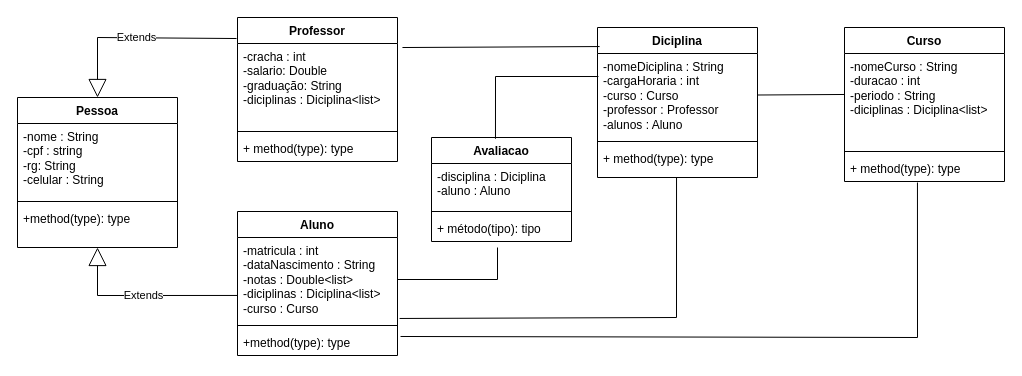
Above: Trabalho Final/Diagrama.drawio in brendoncode/TrabalhoFinalPOO (draw.io), before the change. Source tidied: cells renumbered, new cells numbered last; positions are measured from the earlier drawing's top-left corner, leaving out a move shared by most shapes. Both pictures are drawn from the tidied source at 100%, with x=0, y=0 at pixel (17, 17).
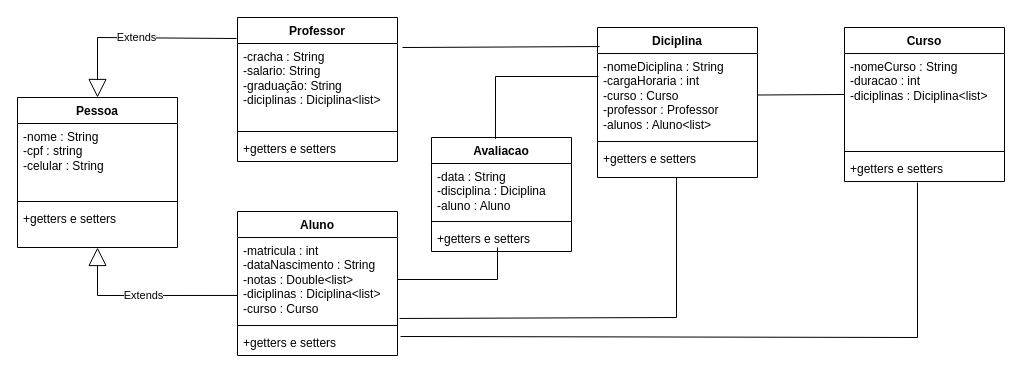
After the change.

The change refers to these unchanged cells:
```xml
<mxCell id="2" value="Professor" style="swimlane;fontStyle=1;align=center;verticalAlign=top;horizontal=1;startSize=26;whiteSpace=wrap;html=1;" parent="1" vertex="1">
  <mxGeometry x="220" width="160" height="144" as="geometry" />
</mxCell>
<mxCell id="6" value="Curso" style="swimlane;fontStyle=1;align=center;verticalAlign=top;horizontal=1;startSize=26;whiteSpace=wrap;html=1;" parent="1" vertex="1">
  <mxGeometry x="827" y="10" width="160" height="154" as="geometry" />
</mxCell>
<mxCell id="10" value="Diciplina" style="swimlane;fontStyle=1;align=center;verticalAlign=top;horizontal=1;startSize=26;whiteSpace=wrap;html=1;" parent="1" vertex="1">
  <mxGeometry x="580" y="10" width="160" height="150" as="geometry" />
</mxCell>
<mxCell id="14" value="Pessoa" style="swimlane;fontStyle=1;align=center;verticalAlign=top;horizontal=1;startSize=26;whiteSpace=wrap;html=1;" parent="1" vertex="1">
  <mxGeometry y="80" width="160" height="150" as="geometry" />
</mxCell>
<mxCell id="19" value="Aluno&lt;br&gt;" style="swimlane;fontStyle=1;align=center;verticalAlign=top;horizontal=1;startSize=26;whiteSpace=wrap;html=1;" parent="1" vertex="1">
  <mxGeometry x="220" y="194" width="160" height="144" as="geometry" />
</mxCell>
```

Diff of the diagram source:
```diff
@@
-    <mxCell id="3" value="-cracha : int&lt;br&gt;-salario: Double&lt;br&gt;-graduação: String&lt;br&gt;-diciplinas : Diciplina&amp;lt;list&amp;gt;" style="text;strokeColor=none;fillColor=none;align=left;verticalAlign=top;spacingLeft=4;spacingRight=4;overflow=hidden;points=[[0,0.5],[1,0.5]];portConstraint=eastwest;whiteSpace=wrap;html=1;" parent="2" vertex="1">
+    <mxCell id="3" value="-cracha : String&lt;br&gt;-salario: String&lt;br&gt;-graduação: String&lt;br&gt;-diciplinas : Diciplina&amp;lt;list&amp;gt;" style="text;strokeColor=none;fillColor=none;align=left;verticalAlign=top;spacingLeft=4;spacingRight=4;overflow=hidden;points=[[0,0.5],[1,0.5]];portConstraint=eastwest;whiteSpace=wrap;html=1;" parent="2" vertex="1">
       <mxGeometry y="26" width="160" height="84" as="geometry" />
     </mxCell>
@@
-    <mxCell id="5" value="+ method(type): type" style="text;strokeColor=none;fillColor=none;align=left;verticalAlign=top;spacingLeft=4;spacingRight=4;overflow=hidden;whiteSpace=wrap;html=1;" parent="2" vertex="1">
+    <mxCell id="5" value="+getters e setters" style="text;strokeColor=none;fillColor=none;align=left;verticalAlign=top;spacingLeft=4;spacingRight=4;overflow=hidden;whiteSpace=wrap;html=1;" parent="2" vertex="1">
       <mxGeometry y="118" width="160" height="26" as="geometry" />
     </mxCell>
@@
-    <mxCell id="7" value="-nomeCurso : String&lt;br&gt;-duracao : int&lt;br&gt;-periodo : String&lt;br&gt;-diciplinas : Diciplina&amp;lt;list&amp;gt;" style="text;strokeColor=none;fillColor=none;align=left;verticalAlign=top;spacingLeft=4;spacingRight=4;overflow=hidden;points=[[0,0.5],[1,0.5]];portConstraint=eastwest;whiteSpace=wrap;html=1;" parent="6" vertex="1">
+    <mxCell id="7" value="-nomeCurso : String&lt;br&gt;-duracao : int&lt;br&gt;-diciplinas : Diciplina&amp;lt;list&amp;gt;" style="text;strokeColor=none;fillColor=none;align=left;verticalAlign=top;spacingLeft=4;spacingRight=4;overflow=hidden;points=[[0,0.5],[1,0.5]];portConstraint=eastwest;whiteSpace=wrap;html=1;" parent="6" vertex="1">
       <mxGeometry y="26" width="160" height="94" as="geometry" />
     </mxCell>
@@
-    <mxCell id="9" value="+ method(type): type" style="text;strokeColor=none;fillColor=none;align=left;verticalAlign=top;spacingLeft=4;spacingRight=4;overflow=hidden;points=[[0,0.5],[1,0.5]];portConstraint=eastwest;whiteSpace=wrap;html=1;" parent="6" vertex="1">
+    <mxCell id="9" value="+getters e setters" style="text;strokeColor=none;fillColor=none;align=left;verticalAlign=top;spacingLeft=4;spacingRight=4;overflow=hidden;points=[[0,0.5],[1,0.5]];portConstraint=eastwest;whiteSpace=wrap;html=1;" parent="6" vertex="1">
       <mxGeometry y="128" width="160" height="26" as="geometry" />
     </mxCell>
@@
-    <mxCell id="11" value="-nomeDiciplina : String&lt;br&gt;-cargaHoraria : int&lt;br&gt;-curso : Curso&lt;br&gt;-professor : Professor&lt;br&gt;-alunos : Aluno" style="text;strokeColor=none;fillColor=none;align=left;verticalAlign=top;spacingLeft=4;spacingRight=4;overflow=hidden;points=[[0,0.5],[1,0.5]];portConstraint=eastwest;whiteSpace=wrap;html=1;" parent="10" vertex="1">
+    <mxCell id="11" value="-nomeDiciplina : String&lt;br&gt;-cargaHoraria : int&lt;br&gt;-curso : Curso&lt;br&gt;-professor : Professor&lt;br&gt;-alunos : Aluno&amp;lt;list&amp;gt;" style="text;strokeColor=none;fillColor=none;align=left;verticalAlign=top;spacingLeft=4;spacingRight=4;overflow=hidden;points=[[0,0.5],[1,0.5]];portConstraint=eastwest;whiteSpace=wrap;html=1;" parent="10" vertex="1">
       <mxGeometry y="26" width="160" height="84" as="geometry" />
     </mxCell>
@@
-    <mxCell id="13" value="+ method(type): type" style="text;strokeColor=none;fillColor=none;align=left;verticalAlign=top;spacingLeft=4;spacingRight=4;overflow=hidden;points=[[0,0.5],[1,0.5]];portConstraint=eastwest;whiteSpace=wrap;html=1;" parent="10" vertex="1">
+    <mxCell id="13" value="+getters e setters" style="text;strokeColor=none;fillColor=none;align=left;verticalAlign=top;spacingLeft=4;spacingRight=4;overflow=hidden;points=[[0,0.5],[1,0.5]];portConstraint=eastwest;whiteSpace=wrap;html=1;" parent="10" vertex="1">
       <mxGeometry y="118" width="160" height="32" as="geometry" />
     </mxCell>
@@
-    <mxCell id="15" value="-nome : String&lt;br&gt;-cpf : string&lt;br&gt;-rg: String&lt;br&gt;-celular : String" style="text;strokeColor=none;fillColor=none;align=left;verticalAlign=top;spacingLeft=4;spacingRight=4;overflow=hidden;whiteSpace=wrap;html=1;" parent="14" vertex="1">
+    <mxCell id="15" value="-nome : String&lt;br&gt;-cpf : string&lt;br&gt;-celular : String" style="text;strokeColor=none;fillColor=none;align=left;verticalAlign=top;spacingLeft=4;spacingRight=4;overflow=hidden;whiteSpace=wrap;html=1;" parent="14" vertex="1">
       <mxGeometry y="26" width="160" height="74" as="geometry" />
     </mxCell>
@@
-    <mxCell id="17" value="+method(type): type" style="text;strokeColor=none;fillColor=none;align=left;verticalAlign=top;spacingLeft=4;spacingRight=4;overflow=hidden;points=[[0,0.5],[1,0.5]];portConstraint=eastwest;whiteSpace=wrap;html=1;" parent="14" vertex="1">
+    <mxCell id="17" value="+getters e setters" style="text;strokeColor=none;fillColor=none;align=left;verticalAlign=top;spacingLeft=4;spacingRight=4;overflow=hidden;points=[[0,0.5],[1,0.5]];portConstraint=eastwest;whiteSpace=wrap;html=1;" parent="14" vertex="1">
       <mxGeometry y="108" width="160" height="42" as="geometry" />
     </mxCell>
@@
-    <mxCell id="22" value="+method(type): type" style="text;strokeColor=none;fillColor=none;align=left;verticalAlign=top;spacingLeft=4;spacingRight=4;overflow=hidden;points=[[0,0.5],[1,0.5]];portConstraint=eastwest;whiteSpace=wrap;html=1;" parent="19" vertex="1">
+    <mxCell id="22" value="+getters e setters" style="text;strokeColor=none;fillColor=none;align=left;verticalAlign=top;spacingLeft=4;spacingRight=4;overflow=hidden;points=[[0,0.5],[1,0.5]];portConstraint=eastwest;whiteSpace=wrap;html=1;" parent="19" vertex="1">
       <mxGeometry y="118" width="160" height="26" as="geometry" />
     </mxCell>
@@
     <mxCell id="29" value="Avaliacao" style="swimlane;fontStyle=1;align=center;verticalAlign=top;horizontal=1;startSize=26;whiteSpace=wrap;html=1;" parent="1" vertex="1">
-      <mxGeometry x="414" y="120" width="140" height="104" as="geometry" />
+      <mxGeometry x="414" y="120" width="140" height="114" as="geometry" />
     </mxCell>
-    <mxCell id="30" value="-disciplina : Diciplina&lt;br&gt;-aluno : Aluno&lt;br&gt;" style="text;strokeColor=none;fillColor=none;align=left;verticalAlign=top;spacingLeft=4;spacingRight=4;overflow=hidden;whiteSpace=wrap;html=1;" parent="29" vertex="1">
-      <mxGeometry y="26" width="140" height="44" as="geometry" />
+    <mxCell id="30" value="-data : String&lt;br&gt;-disciplina : Diciplina&lt;br&gt;-aluno : Aluno&lt;br&gt;" style="text;strokeColor=none;fillColor=none;align=left;verticalAlign=top;spacingLeft=4;spacingRight=4;overflow=hidden;whiteSpace=wrap;html=1;" parent="29" vertex="1">
+      <mxGeometry y="26" width="140" height="54" as="geometry" />
     </mxCell>
     <mxCell id="31" style="line;strokeWidth=1;fillColor=none;align=left;verticalAlign=middle;spacingTop=-1;spacingLeft=3;spacingRight=3;labelPosition=right;strokeColor=inherit;" parent="29" vertex="1">
-      <mxGeometry y="70" width="140" height="8" as="geometry" />
+      <mxGeometry y="80" width="140" height="8" as="geometry" />
     </mxCell>
-    <mxCell id="32" value="+ método(tipo): tipo" style="text;strokeColor=none;fillColor=none;align=left;verticalAlign=top;spacingLeft=4;spacingRight=4;overflow=hidden;whiteSpace=wrap;html=1;" parent="29" vertex="1">
-      <mxGeometry y="78" width="140" height="26" as="geometry" />
+    <mxCell id="32" value="+getters e setters" style="text;strokeColor=none;fillColor=none;align=left;verticalAlign=top;spacingLeft=4;spacingRight=4;overflow=hidden;whiteSpace=wrap;html=1;" parent="29" vertex="1">
+      <mxGeometry y="88" width="140" height="26" as="geometry" />
     </mxCell>
```
